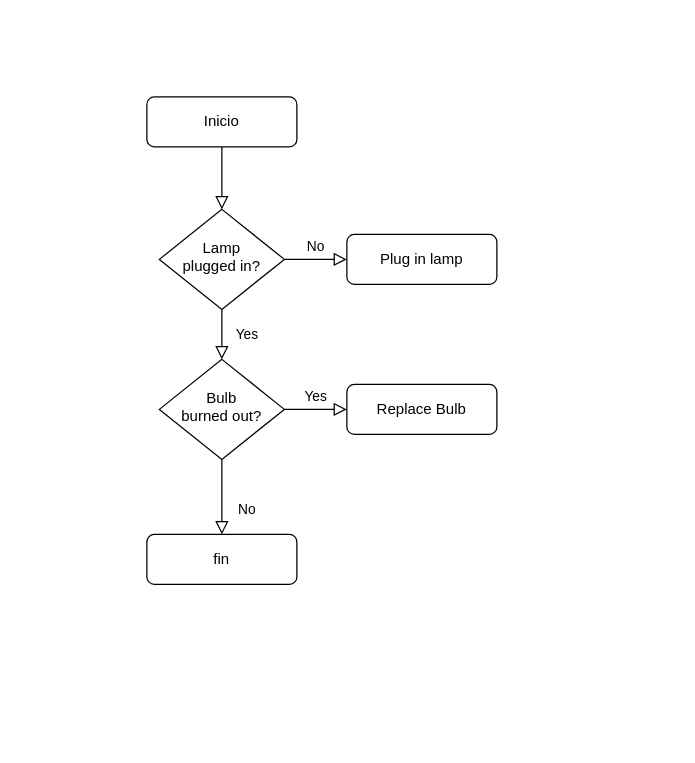
Earlier version of the draw.io diagram UPSK-PY-001.drawio (jazminmontenegro/UPSK-PY-001-guess-the-number). Source tidied: cells renumbered, new cells numbered last; positions are measured from the earlier drawing's top-left corner, leaving out a move shared by most shapes. Both pictures are drawn from the tidied source at 125%, with x=0, y=0 at pixel (146, 96).
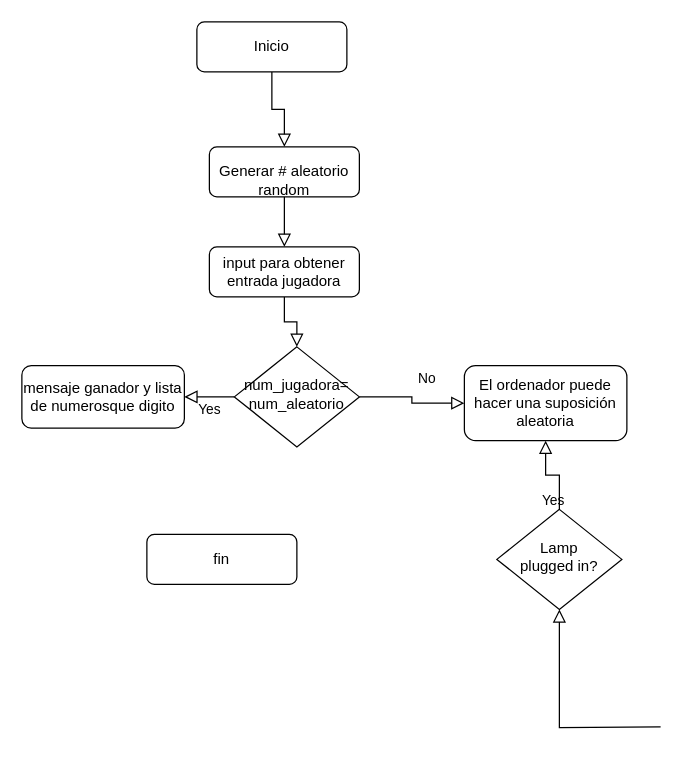
Above is the later version.

The edit, as a diff of the source:
```diff
@@
 <mxGraphModel>
   <root>
     <mxCell id="0" />
     <mxCell id="1" parent="0" />
-    <mxCell id="2" style="rounded=0;html=1;jettySize=auto;fontSize=11;endArrow=block;endFill=0;endSize=8;strokeWidth=1;shadow=0;labelBackgroundColor=none;edgeStyle=orthogonalEdgeStyle;" parent="1" edge="1" source="3" target="6">
+    <mxCell id="2" style="rounded=0;html=1;jettySize=auto;fontSize=11;endArrow=block;endFill=0;endSize=8;strokeWidth=1;shadow=0;labelBackgroundColor=none;edgeStyle=orthogonalEdgeStyle;" parent="1" edge="1" source="7" target="15">
       <mxGeometry relative="1" as="geometry" />
     </mxCell>
     <mxCell id="3" value="Inicio" style="rounded=1;whiteSpace=wrap;html=1;fontSize=12;glass=0;strokeWidth=1;shadow=0;" parent="1" vertex="1">
-      <mxGeometry width="120" height="40" as="geometry" />
+      <mxGeometry x="40" y="-60" width="120" height="40" as="geometry" />
     </mxCell>
-    <mxCell id="4" value="Yes" style="rounded=0;html=1;jettySize=auto;fontSize=11;endArrow=block;endFill=0;endSize=8;strokeWidth=1;shadow=0;labelBackgroundColor=none;edgeStyle=orthogonalEdgeStyle;" parent="1" edge="1" source="6" target="10">
+    <mxCell id="4" value="Yes" style="rounded=0;html=1;jettySize=auto;fontSize=11;endArrow=block;endFill=0;endSize=8;strokeWidth=1;shadow=0;labelBackgroundColor=none;edgeStyle=orthogonalEdgeStyle;" parent="1" edge="1" source="6" target="16">
       <mxGeometry y="20" relative="1" as="geometry" />
     </mxCell>
-    <mxCell id="5" value="No" style="edgeStyle=orthogonalEdgeStyle;rounded=0;html=1;jettySize=auto;fontSize=11;endArrow=block;endFill=0;endSize=8;strokeWidth=1;shadow=0;labelBackgroundColor=none;" parent="1" edge="1" source="6" target="7">
-      <mxGeometry y="10" relative="1" as="geometry" />
-    </mxCell>
-    <mxCell id="6" value="Lamp&lt;br&gt;plugged in?" style="rhombus;whiteSpace=wrap;html=1;shadow=0;fontFamily=Helvetica;fontSize=12;align=center;strokeWidth=1;spacing=6;spacingTop=-4;" parent="1" vertex="1">
-      <mxGeometry x="10" y="90" width="100" height="80" as="geometry" />
-    </mxCell>
-    <mxCell id="7" value="Plug in lamp" style="rounded=1;whiteSpace=wrap;html=1;fontSize=12;glass=0;strokeWidth=1;shadow=0;" parent="1" vertex="1">
-      <mxGeometry x="160" y="110" width="120" height="40" as="geometry" />
-    </mxCell>
-    <mxCell id="8" value="No" style="rounded=0;html=1;jettySize=auto;fontSize=11;endArrow=block;endFill=0;endSize=8;strokeWidth=1;shadow=0;labelBackgroundColor=none;edgeStyle=orthogonalEdgeStyle;" parent="1" edge="1" source="10" target="11">
+    <mxCell id="8" value="No" style="rounded=0;html=1;jettySize=auto;fontSize=11;endArrow=block;endFill=0;endSize=8;strokeWidth=1;shadow=0;labelBackgroundColor=none;edgeStyle=orthogonalEdgeStyle;exitX=1;exitY=0.5;exitDx=0;exitDy=0;" parent="1" edge="1" source="10" target="16">
       <mxGeometry x="0.33" y="20" relative="1" as="geometry" />
     </mxCell>
     <mxCell id="9" value="Yes" style="edgeStyle=orthogonalEdgeStyle;rounded=0;html=1;jettySize=auto;fontSize=11;endArrow=block;endFill=0;endSize=8;strokeWidth=1;shadow=0;labelBackgroundColor=none;" parent="1" edge="1" source="10" target="12">
       <mxGeometry y="10" relative="1" as="geometry" />
     </mxCell>
-    <mxCell id="10" value="Bulb&lt;br&gt;burned out?" style="rhombus;whiteSpace=wrap;html=1;shadow=0;fontFamily=Helvetica;fontSize=12;align=center;strokeWidth=1;spacing=6;spacingTop=-4;" parent="1" vertex="1">
-      <mxGeometry x="10" y="210" width="100" height="80" as="geometry" />
+    <mxCell id="10" value="num_jugadora= num_aleatorio" style="rhombus;whiteSpace=wrap;html=1;shadow=0;fontFamily=Helvetica;fontSize=12;align=center;strokeWidth=1;spacing=6;spacingTop=-4;" parent="1" vertex="1">
+      <mxGeometry x="70" y="200" width="100" height="80" as="geometry" />
     </mxCell>
     <mxCell id="11" value="fin" style="rounded=1;whiteSpace=wrap;html=1;fontSize=12;glass=0;strokeWidth=1;shadow=0;" parent="1" vertex="1">
       <mxGeometry y="350" width="120" height="40" as="geometry" />
     </mxCell>
-    <mxCell id="12" value="Replace Bulb" style="rounded=1;whiteSpace=wrap;html=1;fontSize=12;glass=0;strokeWidth=1;shadow=0;" parent="1" vertex="1">
-      <mxGeometry x="160" y="230" width="120" height="40" as="geometry" />
+    <mxCell id="12" value="mensaje ganador y lista de numerosque digito" style="rounded=1;whiteSpace=wrap;html=1;fontSize=12;glass=0;strokeWidth=1;shadow=0;" parent="1" vertex="1">
+      <mxGeometry x="-100" y="215" width="130" height="50" as="geometry" />
     </mxCell>
+    <mxCell id="13" style="rounded=0;html=1;jettySize=auto;fontSize=11;endArrow=block;endFill=0;endSize=8;strokeWidth=1;shadow=0;labelBackgroundColor=none;edgeStyle=orthogonalEdgeStyle;" parent="1" edge="1" source="3" target="7">
+      <mxGeometry relative="1" as="geometry" />
+    </mxCell>
+    <mxCell id="7" value="&lt;br&gt;Generar # aleatorio random" style="rounded=1;whiteSpace=wrap;html=1;fontSize=12;glass=0;strokeWidth=1;shadow=0;" parent="1" vertex="1">
+      <mxGeometry x="50" y="40" width="120" height="40" as="geometry" />
+    </mxCell>
+    <mxCell id="14" style="rounded=0;html=1;jettySize=auto;fontSize=11;endArrow=block;endFill=0;endSize=8;strokeWidth=1;shadow=0;labelBackgroundColor=none;edgeStyle=orthogonalEdgeStyle;" parent="1" edge="1" source="15" target="10">
+      <mxGeometry x="0.33" y="20" relative="1" as="geometry" />
+    </mxCell>
+    <mxCell id="15" value="input para obtener entrada jugadora" style="rounded=1;whiteSpace=wrap;html=1;fontSize=12;glass=0;strokeWidth=1;shadow=0;" parent="1" vertex="1">
+      <mxGeometry x="50" y="120" width="120" height="40" as="geometry" />
+    </mxCell>
+    <mxCell id="16" value="El ordenador puede hacer una suposición aleatoria" style="rounded=1;whiteSpace=wrap;html=1;fontSize=12;glass=0;strokeWidth=1;shadow=0;" parent="1" vertex="1">
+      <mxGeometry x="254" y="215" width="130" height="60" as="geometry" />
+    </mxCell>
+    <mxCell id="17" style="rounded=0;html=1;jettySize=auto;fontSize=11;endArrow=block;endFill=0;endSize=8;strokeWidth=1;shadow=0;labelBackgroundColor=none;edgeStyle=orthogonalEdgeStyle;" parent="1" edge="1" target="6">
+      <mxGeometry y="20" relative="1" as="geometry">
+        <mxPoint x="411" y="504" as="sourcePoint" />
+      </mxGeometry>
+    </mxCell>
+    <mxCell id="6" value="Lamp&lt;br&gt;plugged in?" style="rhombus;whiteSpace=wrap;html=1;shadow=0;fontFamily=Helvetica;fontSize=12;align=center;strokeWidth=1;spacing=6;spacingTop=-4;" parent="1" vertex="1">
+      <mxGeometry x="280" y="330" width="100" height="80" as="geometry" />
+    </mxCell>
   </root>
 </mxGraphModel>
```
